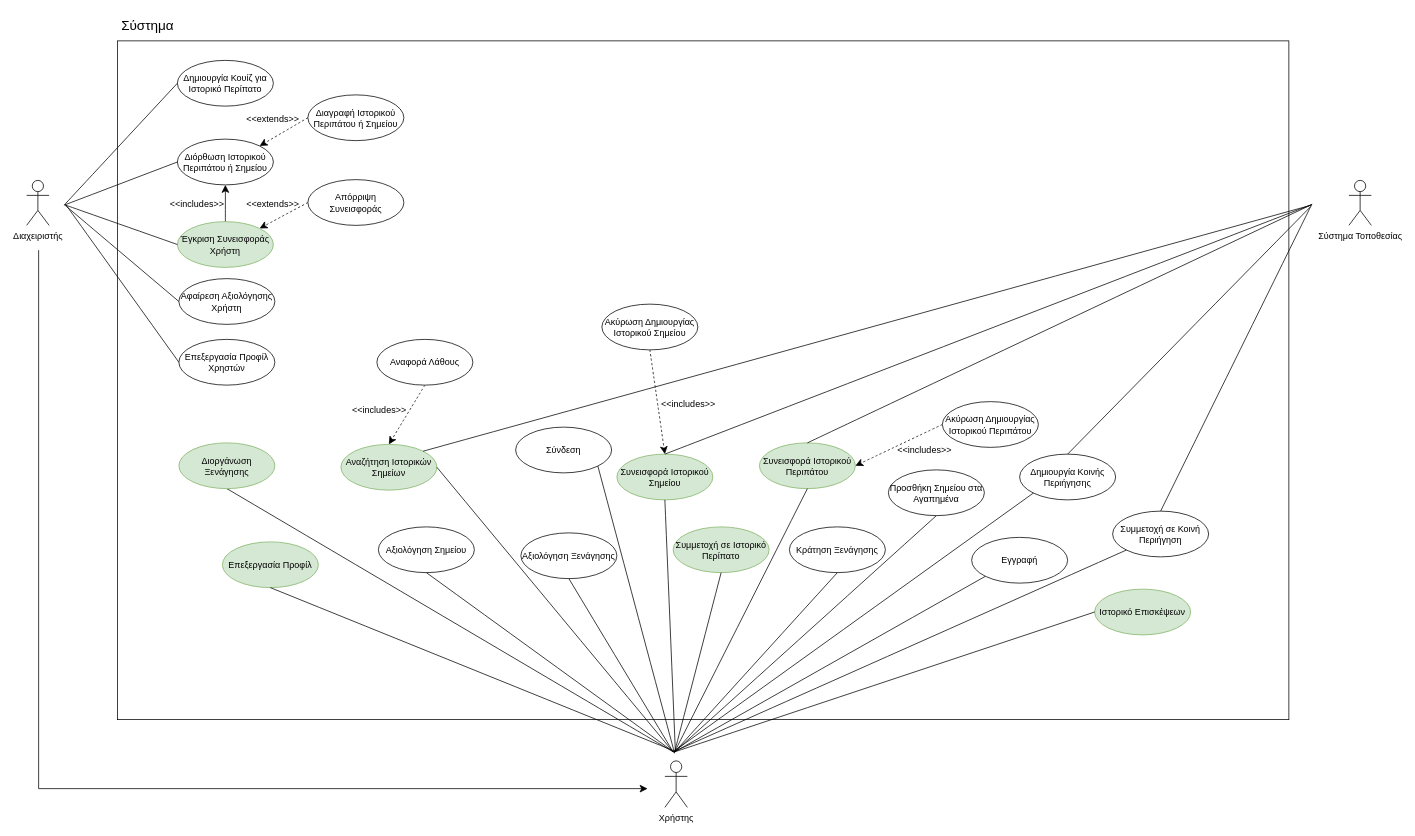
Above: NOTES/Use Case Diagram.drawio in Nektar24/software-engineering (draw.io), before the change. Source tidied: cells renumbered, new cells numbered last; positions are measured from the earlier drawing's top-left corner, leaving out a move shared by most shapes. Both pictures are drawn from the tidied source at 75%, with x=0, y=0 at pixel (26, 13).
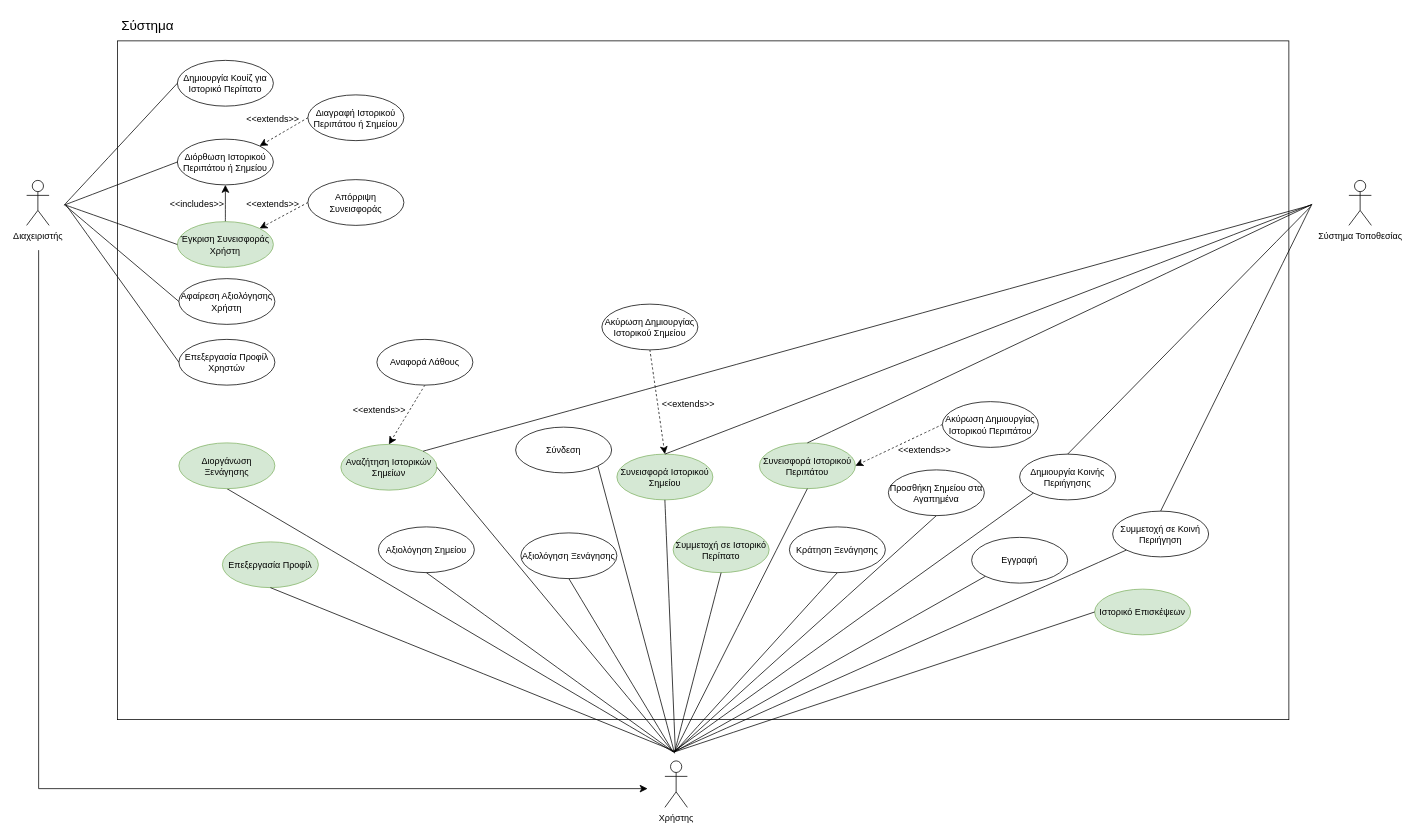
After the change.

Commit message (it also covers changes not shown here):
use case diagram update

Diff of the diagram source:
```diff
@@
-    <mxCell id="63" value="&lt;font style=&quot;font-size: 12px;&quot;&gt;&amp;lt;&amp;lt;&lt;font style=&quot;font-size: 12px;&quot;&gt;includes&amp;gt;&amp;gt;&lt;/font&gt;&lt;/font&gt;" style="text;html=1;align=center;verticalAlign=middle;strokeColor=none;fillColor=none;fontSize=16;" parent="1" vertex="1">
-      <mxGeometry x="837" y="503" width="90" height="31" as="geometry" />
+    <mxCell id="63" value="&lt;font style=&quot;font-size: 12px;&quot;&gt;&amp;lt;&amp;lt;&lt;font style=&quot;font-size: 12px;&quot;&gt;extends&amp;gt;&amp;gt;&lt;/font&gt;&lt;/font&gt;" style="text;html=1;align=center;verticalAlign=middle;strokeColor=none;fillColor=none;fontSize=16;" parent="1" vertex="1">
+      <mxGeometry x="838" y="503" width="88" height="31" as="geometry" />
     </mxCell>
-    <mxCell id="64" value="&lt;font style=&quot;font-size: 12px;&quot;&gt;&amp;lt;&amp;lt;&lt;font style=&quot;font-size: 12px;&quot;&gt;includes&amp;gt;&amp;gt;&lt;/font&gt;&lt;/font&gt;" style="text;html=1;align=center;verticalAlign=middle;strokeColor=none;fillColor=none;fontSize=16;" parent="1" vertex="1">
-      <mxGeometry x="1152" y="565" width="90" height="31" as="geometry" />
+    <mxCell id="64" value="&lt;font style=&quot;font-size: 12px;&quot;&gt;&amp;lt;&amp;lt;&lt;font style=&quot;font-size: 12px;&quot;&gt;extends&amp;gt;&amp;gt;&lt;/font&gt;&lt;/font&gt;" style="text;html=1;align=center;verticalAlign=middle;strokeColor=none;fillColor=none;fontSize=16;" parent="1" vertex="1">
+      <mxGeometry x="1153" y="565" width="88" height="31" as="geometry" />
     </mxCell>
@@
-    <mxCell id="69" value="&lt;font style=&quot;font-size: 12px;&quot;&gt;&amp;lt;&amp;lt;&lt;font style=&quot;font-size: 12px;&quot;&gt;includes&amp;gt;&amp;gt;&lt;/font&gt;&lt;/font&gt;" style="text;html=1;align=center;verticalAlign=middle;strokeColor=none;fillColor=none;fontSize=16;" parent="1" vertex="1">
-      <mxGeometry x="425" y="511" width="90" height="31" as="geometry" />
+    <mxCell id="69" value="&lt;font style=&quot;font-size: 12px;&quot;&gt;&amp;lt;&amp;lt;extends&lt;font style=&quot;font-size: 12px;&quot;&gt;&amp;gt;&amp;gt;&lt;/font&gt;&lt;/font&gt;" style="text;html=1;align=center;verticalAlign=middle;strokeColor=none;fillColor=none;fontSize=16;" parent="1" vertex="1">
+      <mxGeometry x="426" y="511" width="88" height="31" as="geometry" />
     </mxCell>
```
